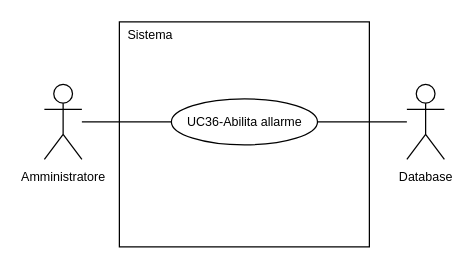
Earlier version of the draw.io diagram 2-RTB/Documenti_esterni/Analisi_dei_requisiti/draw.io/UC36.drawio (SnakeByteTeam/snakebyteteam.github.io). Source tidied: cells renumbered, new cells numbered last; positions are measured from the earlier drawing's top-left corner, leaving out a move shared by most shapes. Both pictures are drawn from the tidied source at 125%, with x=0, y=0 at pixel (44, 21).
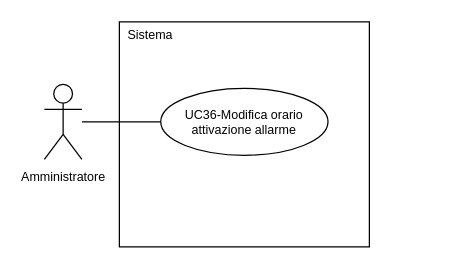
After the change.

The edit, as a diff of the source:
```diff
@@
 <mxGraphModel>
   <root>
     <mxCell id="0" />
     <mxCell id="1" parent="0" />
     <mxCell id="2" value="&lt;font style=&quot;font-size: 10px; line-height: 100%;&quot;&gt;Amministratore&lt;/font&gt;" style="shape=umlActor;verticalLabelPosition=bottom;verticalAlign=top;html=1;outlineConnect=0;" parent="1" vertex="1">
       <mxGeometry y="50" width="30" height="60" as="geometry" />
     </mxCell>
     <mxCell id="3" style="rounded=0;whiteSpace=wrap;html=1;" parent="1" vertex="1">
       <mxGeometry x="60" width="200" height="180" as="geometry" />
     </mxCell>
     <mxCell id="4" style="edgeStyle=orthogonalEdgeStyle;rounded=0;jettySize=auto;html=1;exitX=0;exitY=0.5;exitDx=0;exitDy=0;endArrow=none;endFill=0;" parent="1" edge="1" source="5" target="2">
       <mxGeometry relative="1" as="geometry" />
     </mxCell>
-    <mxCell id="5" value="&lt;div style=&quot;line-height: 100%;&quot;&gt;&lt;font style=&quot;line-height: 100%; font-size: 10px;&quot;&gt;UC36-Abilita&amp;nbsp;&lt;/font&gt;&lt;span style=&quot;font-size: 10px; background-color: transparent; color: light-dark(rgb(0, 0, 0), rgb(255, 255, 255));&quot;&gt;allarme&lt;/span&gt;&lt;/div&gt;" style="ellipse;whiteSpace=wrap;html=1;" parent="1" vertex="1">
-      <mxGeometry x="101.6" y="61.6" width="116.9" height="36.8" as="geometry" />
+    <mxCell id="5" value="&lt;div style=&quot;line-height: 100%;&quot;&gt;&lt;font style=&quot;line-height: 100%; font-size: 10px;&quot;&gt;UC36-Modifica orario attivazione&lt;/font&gt;&lt;span style=&quot;font-size: 10px; background-color: transparent; color: light-dark(rgb(0, 0, 0), rgb(255, 255, 255));&quot;&gt;&amp;nbsp;allarme&lt;/span&gt;&lt;/div&gt;" style="ellipse;whiteSpace=wrap;html=1;" parent="1" vertex="1">
+      <mxGeometry x="93.1" y="53.2" width="133.8" height="53.5" as="geometry" />
     </mxCell>
     <mxCell id="6" value="&lt;font style=&quot;font-size: 10px;&quot;&gt;Sistema&lt;/font&gt;" style="text;html=1;whiteSpace=wrap;strokeColor=none;fillColor=none;align=center;verticalAlign=middle;rounded=0;" parent="1" vertex="1">
       <mxGeometry x="60" width="50" height="20" as="geometry" />
     </mxCell>
-    <mxCell id="7" style="edgeStyle=orthogonalEdgeStyle;rounded=0;jettySize=auto;html=1;endArrow=none;endFill=0;" parent="1" edge="1" source="8" target="5">
-      <mxGeometry relative="1" as="geometry" />
-    </mxCell>
-    <mxCell id="8" value="&lt;span style=&quot;font-size: 10px;&quot;&gt;Database&lt;/span&gt;" style="shape=umlActor;verticalLabelPosition=bottom;verticalAlign=top;html=1;outlineConnect=0;" parent="1" vertex="1">
-      <mxGeometry x="290" y="50" width="30" height="60" as="geometry" />
-    </mxCell>
   </root>
 </mxGraphModel>
```
